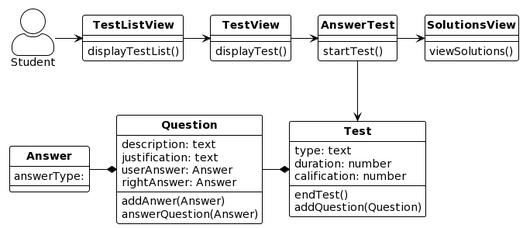
This is docs/logicalView/designView/usecaseDesign/designClasses.png from MiguelCiav/Uhuru, a PlantUML export, as it was before one commit.
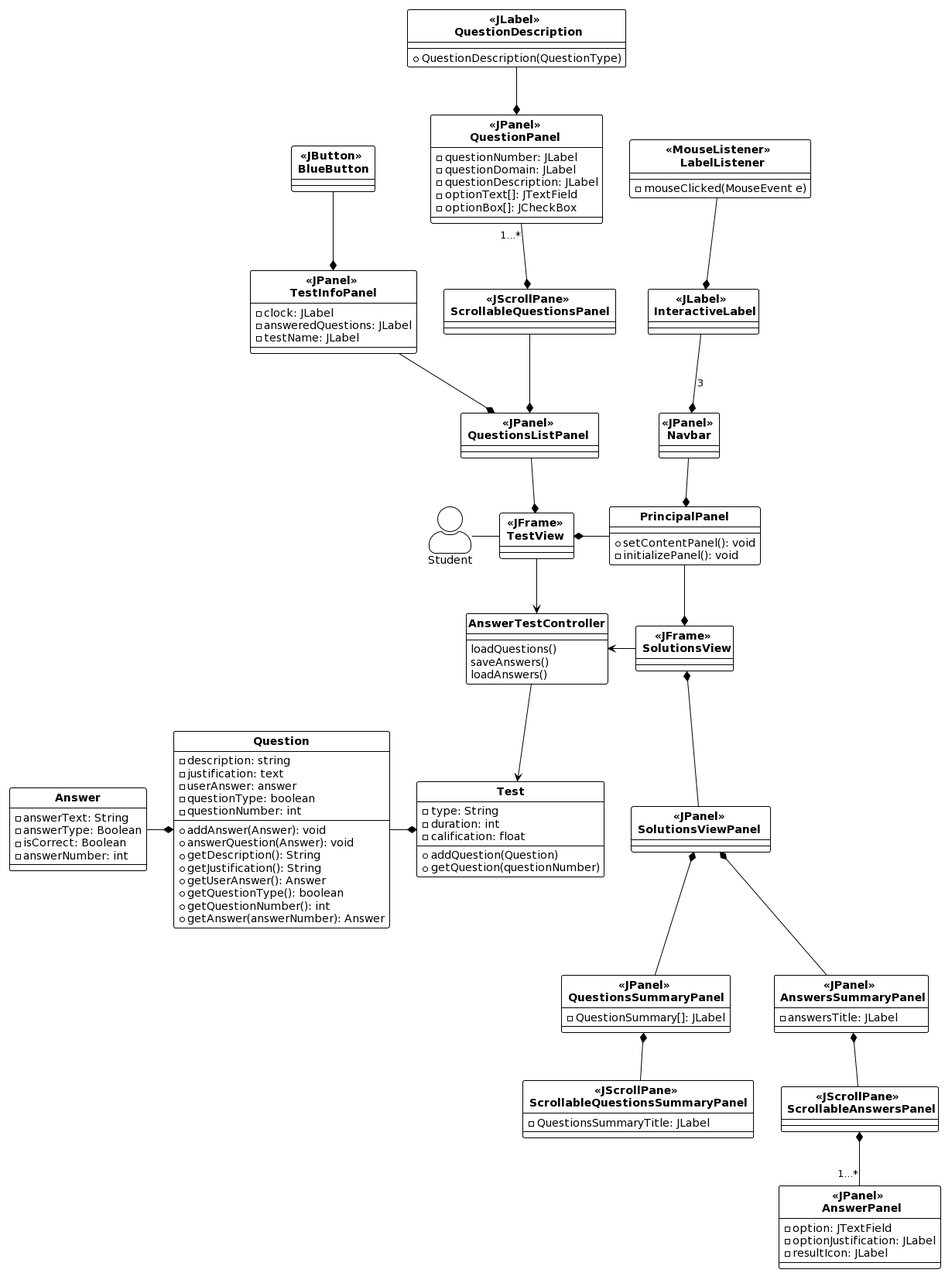
Above is the later version.

The edit, as a diff of the source:
```diff
@@ -17,64 +17,162 @@
 
 actor Student
 
-Class TestListView{
 
-    displayTestList()
+Class PrincipalPanel {
+    + setContentPanel(): void
+    - initializePanel(): void
 }
 
-Class TestView{
+Navbar -d-* PrincipalPanel
 
-    displayTest()
+
+Class "<<JPanel>> \n Navbar " as Navbar {
+
 }
 
-Class AnswerTest{
 
-    startTest()
+Class "<<JLabel>> \n InteractiveLabel" as InteractiveLabel {
+
 }
 
-Class SolutionsView{
+Class "<<MouseListener>> \n LabelListener" as LabelListener {
+    - mouseClicked(MouseEvent e)
+}
 
-    viewSolutions()
+InteractiveLabel -d-* Navbar: 3
+LabelListener --* InteractiveLabel
+
+
+Class "<<JPanel>> \n QuestionsListPanel  " as QuestionsListPanel {
+
+}
+
+Class "<<JPanel>> \n TestInfoPanel " as TestInfoPanel {
+    - clock: JLabel
+    - answeredQuestions: JLabel
+    - testName: JLabel
+}
+
+Class "<<JScrollPane>> \n ScrollableQuestionsPanel " as ScrollableQuestionsPanel {
+
+}
+
+Class "<<JButton>> \n BlueButton " as BlueButton {
+
+}
+
+Class "<<JPanel>> \n QuestionPanel  " as QuestionPanel {
+    - questionNumber: JLabel
+    - questionDomain: JLabel
+    - questionDescription: JLabel
+    - optionText[]: JTextField
+    - optionBox[]: JCheckBox
+}
+
+Class "<<JLabel>> \n QuestionDescription" as QuestionDescription {
+    + QuestionDescription(QuestionType)
+}
+
+Class "<<JFrame>> \n TestView  " as TestView{
+
+}
+
+PrincipalPanel -l-* TestView
+
+QuestionPanel "1...*" --* ScrollableQuestionsPanel
+TestInfoPanel --* QuestionsListPanel
+BlueButton --* TestInfoPanel
+ScrollableQuestionsPanel --* QuestionsListPanel
+QuestionsListPanel --* TestView
+QuestionDescription --* QuestionPanel
+
+
+Class "<<JFrame>> \n SolutionsView" as SolutionsView {
+
+
+}
+
+Class "<<JPanel>> \n SolutionsViewPanel  " as SolutionsViewPanel {
+
+}
+
+CLass "<<JPanel>> \n QuestionsSummaryPanel " as QuestionsSummaryPanel {
+    - QuestionSummary[]: JLabel
+}
+
+Class "<<JScrollPane>> \n ScrollableQuestionsSummaryPanel " as ScrollableQuestionsSummaryPanel {
+    - QuestionsSummaryTitle: JLabel
+}
+
+Class "<<JPanel>> \n AnswersSummaryPanel" as AnswersSummaryPanel {
+    - answersTitle: JLabel
+}
+
+Class "<<JScrollPane>> \n ScrollableAnswersPanel" as ScrollableAnswersPanel {
+
+}
+
+Class "<<JPanel>> \n AnswerPanel" as AnswerPanel {
+    - option: JTextField
+    - optionJustification: JLabel
+    - resultIcon: JLabel
+}
+
+PrincipalPanel --* SolutionsView
+SolutionsView *-- SolutionsViewPanel
+SolutionsViewPanel *-- AnswersSummaryPanel
+SolutionsViewPanel *-- QuestionsSummaryPanel
+QuestionsSummaryPanel *-- ScrollableQuestionsSummaryPanel
+AnswersSummaryPanel *-- ScrollableAnswersPanel
+ScrollableAnswersPanel *-- "1...*" AnswerPanel
+
+
+Class AnswerTestController{
+    loadQuestions()
+    saveAnswers()
+    loadAnswers()
 }
 
 Class Test{
 
-    type: text
-    duration: number
-    calification: number
+    - type: String
+    - duration: int
+    - calification: float
 
-    endTest()
-    addQuestion(Question)
+    + addQuestion(Question)
+    + getQuestion(questionNumber)
 }
 
 Class Question{
 
-    description: text
-    justification: text
-    userAnswer: Answer
-    rightAnswer: Answer
+    - description: string
+    - justification: text
+    - userAnswer: answer
+    - questionType: boolean
+    - questionNumber: int
 
-    addAnwer(Answer)
-    answerQuestion(Answer)
+    + addAnswer(Answer): void
+    + answerQuestion(Answer): void
+    + getDescription(): String
+    + getJustification(): String
+    + getUserAnswer(): Answer
+    + getQuestionType(): boolean
+    + getQuestionNumber(): int
+    + getAnswer(answerNumber): Answer
 }
 
 Class Answer{
 
-    answerType:
+    - answerText: String
+    - answerType: Boolean
+    - isCorrect: Boolean
+    - answerNumber: int
 }
 
-
-Student -r-> TestListView
-
-TestListView -r-> TestView
-
-TestView -r-> AnswerTest
-
-AnswerTest -r-> SolutionsView
-
-AnswerTest -d-> Test
-
+Student -r- TestView
+TestView --> AnswerTestController
+AnswerTestController <-r- SolutionsView
+AnswerTestController --> Test
 Question -r-* Test
-
 Answer -r-* Question
 @enduml
```
